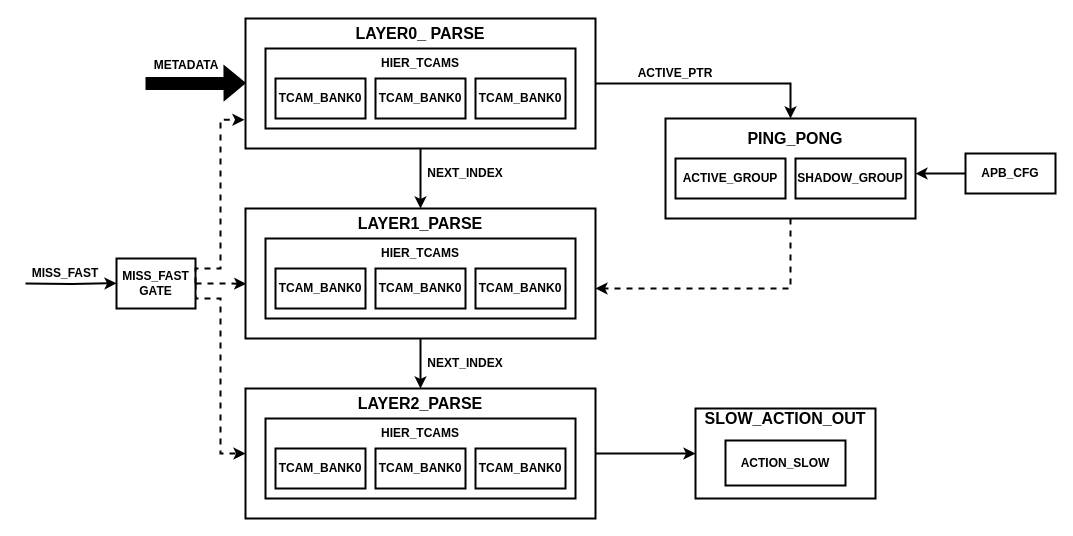
This is page "慢路径" (3 of 3) of 未命名绘图.drawio from Toylog123/Draw.io, a draw.io file, before an edit. Source tidied: cells renumbered, new cells numbered last; positions are measured from the earlier drawing's top-left corner, leaving out a move shared by most shapes. Both pictures are drawn from the tidied source at 100%, with x=0, y=0 at pixel (25, 18).
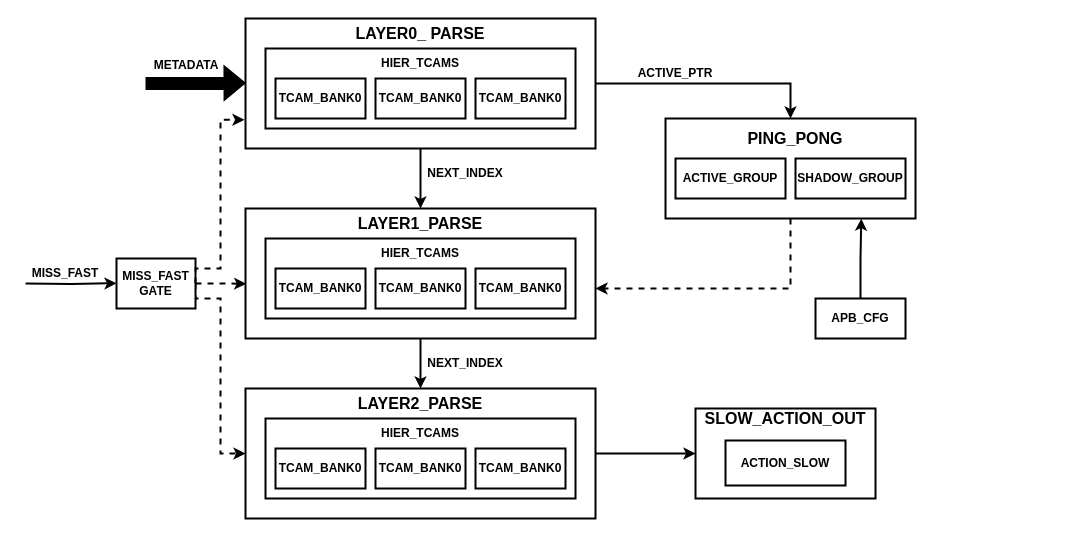
The same page after the edit.

Commit message:
更新未命名绘图.drawio

The change refers to these unchanged cells:
```xml
<mxCell id="39" style="rounded=0;whiteSpace=wrap;html=1;fontStyle=1;strokeWidth=2;" parent="38" vertex="1">
  <mxGeometry width="250" height="100" as="geometry" />
</mxCell>
```

Diff of the diagram source:
```diff
@@
-    <mxCell id="46" style="edgeStyle=orthogonalEdgeStyle;rounded=0;jettySize=auto;html=1;exitX=0;exitY=0.5;exitDx=0;exitDy=0;strokeWidth=2;fontStyle=1;" parent="1" edge="1" source="47">
-      <mxGeometry relative="1" as="geometry">
-        <mxPoint x="890" y="155.1" as="targetPoint" />
-      </mxGeometry>
+    <mxCell id="46" style="edgeStyle=orthogonalEdgeStyle;rounded=0;jettySize=auto;html=1;exitX=0.5;exitY=0;exitDx=0;exitDy=0;strokeWidth=2;fontStyle=1;entryX=0.783;entryY=1.002;entryDx=0;entryDy=0;entryPerimeter=0;" parent="1" edge="1" source="47" target="39">
+      <mxGeometry relative="1" as="geometry" />
     </mxCell>
     <mxCell id="47" value="&lt;span style=&quot;&quot;&gt;APB_CFG&lt;/span&gt;" style="rounded=0;whiteSpace=wrap;html=1;fontStyle=1;strokeWidth=2;" parent="1" vertex="1">
-      <mxGeometry x="940" y="135" width="90" height="40" as="geometry" />
+      <mxGeometry x="790" y="280" width="90" height="40" as="geometry" />
     </mxCell>
```
